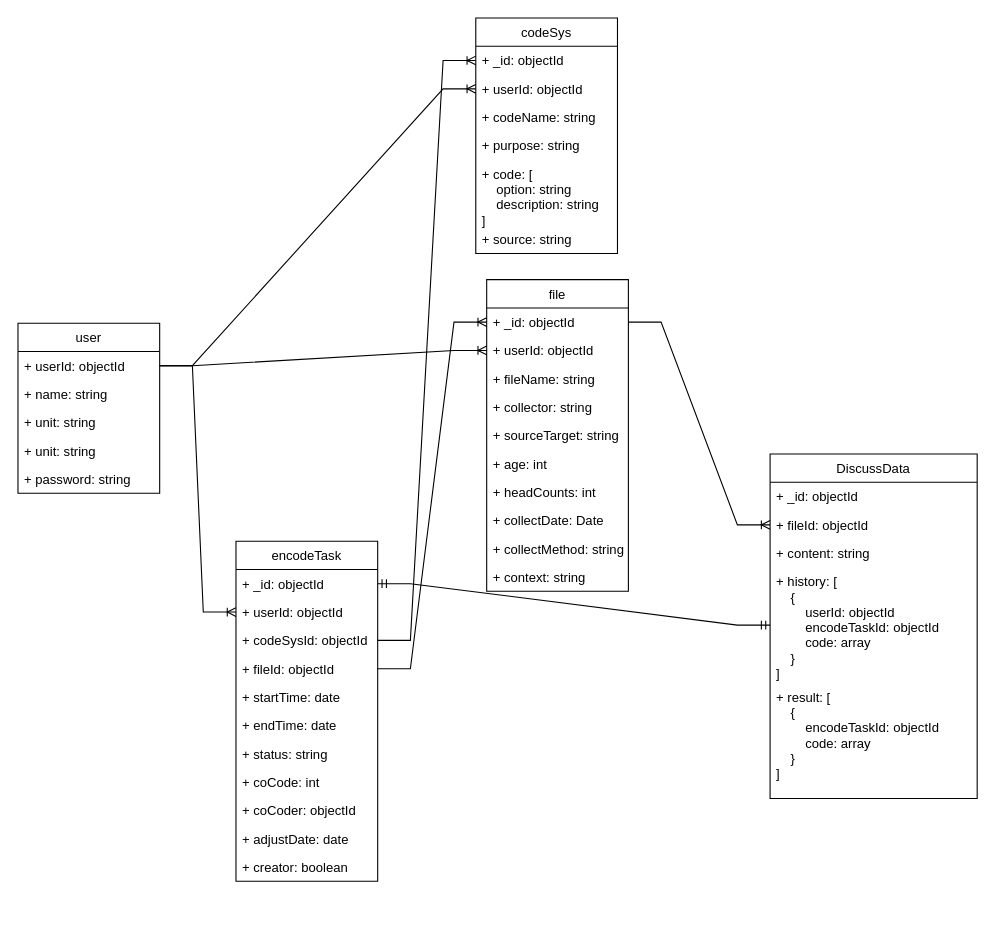
This is NLP.drawio from Zeng9898/argument-platform, a draw.io file, before an edit. Source tidied: cells renumbered, new cells numbered last; positions are measured from the earlier drawing's top-left corner, leaving out a move shared by most shapes. Both pictures are drawn from the tidied source at 109%, with x=0, y=0 at pixel (17, 17).
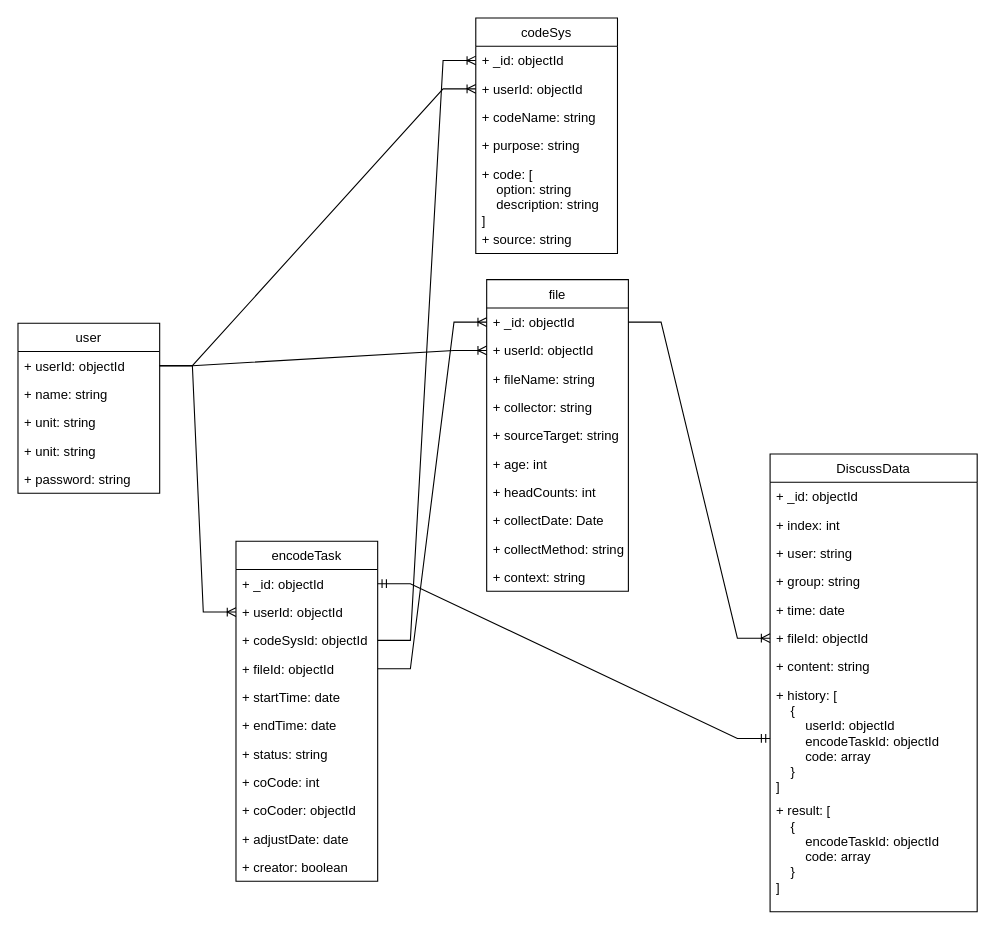
Above is the later version.

The edit, as a diff of the source:
```diff
@@
     <mxCell id="41" value="DiscussData" style="swimlane;fontStyle=0;horizontal=1;startSize=26;fillColor=none;" parent="1" vertex="1">
-      <mxGeometry x="690" y="400" width="190" height="316" as="geometry" />
+      <mxGeometry x="690" y="400" width="190" height="420" as="geometry" />
     </mxCell>
@@
+    <mxCell id="51" value="+ index: int" style="text;strokeColor=none;fillColor=none;align=left;verticalAlign=top;spacingLeft=4;spacingRight=4;overflow=hidden;" parent="41" vertex="1">
+      <mxGeometry y="52" width="190" height="26" as="geometry" />
+    </mxCell>
+    <mxCell id="52" value="+ user: string" style="text;strokeColor=none;fillColor=none;align=left;verticalAlign=top;spacingLeft=4;spacingRight=4;overflow=hidden;" parent="41" vertex="1">
+      <mxGeometry y="78" width="190" height="26" as="geometry" />
+    </mxCell>
+    <mxCell id="53" value="+ group: string" style="text;strokeColor=none;fillColor=none;align=left;verticalAlign=top;spacingLeft=4;spacingRight=4;overflow=hidden;" parent="41" vertex="1">
+      <mxGeometry y="104" width="190" height="26" as="geometry" />
+    </mxCell>
+    <mxCell id="54" value="+ time: date" style="text;strokeColor=none;fillColor=none;align=left;verticalAlign=top;spacingLeft=4;spacingRight=4;overflow=hidden;" parent="41" vertex="1">
+      <mxGeometry y="130" width="190" height="26" as="geometry" />
+    </mxCell>
     <mxCell id="43" value="+ fileId: objectId" style="text;strokeColor=none;fillColor=none;align=left;verticalAlign=top;spacingLeft=4;spacingRight=4;overflow=hidden;points=[[0,0.5],[1,0.5]];portConstraint=eastwest;" parent="41" vertex="1">
-      <mxGeometry y="52" width="190" height="26" as="geometry" />
+      <mxGeometry y="156" width="190" height="26" as="geometry" />
     </mxCell>
     <mxCell id="44" value="+ content: string" style="text;strokeColor=none;fillColor=none;align=left;verticalAlign=top;spacingLeft=4;spacingRight=4;overflow=hidden;" parent="41" vertex="1">
-      <mxGeometry y="78" width="190" height="26" as="geometry" />
+      <mxGeometry y="182" width="190" height="26" as="geometry" />
     </mxCell>
     <mxCell id="45" value="+ history: [&#10;    {&#10;        userId: objectId&#10;        encodeTaskId: objectId&#10;        code: array&#10;    }&#10;]" style="text;strokeColor=none;fillColor=none;align=left;verticalAlign=top;spacingLeft=4;spacingRight=4;overflow=hidden;points=[[0,0.5],[1,0.5]];portConstraint=eastwest;" parent="41" vertex="1">
-      <mxGeometry y="104" width="190" height="106" as="geometry" />
+      <mxGeometry y="208" width="190" height="106" as="geometry" />
     </mxCell>
     <mxCell id="46" value="+ result: [&#10;    {&#10;        encodeTaskId: objectId&#10;        code: array&#10;    }&#10;]" style="text;strokeColor=none;fillColor=none;align=left;verticalAlign=top;spacingLeft=4;spacingRight=4;overflow=hidden;" parent="41" vertex="1">
-      <mxGeometry y="210" width="190" height="106" as="geometry" />
+      <mxGeometry y="314" width="190" height="106" as="geometry" />
     </mxCell>
```
